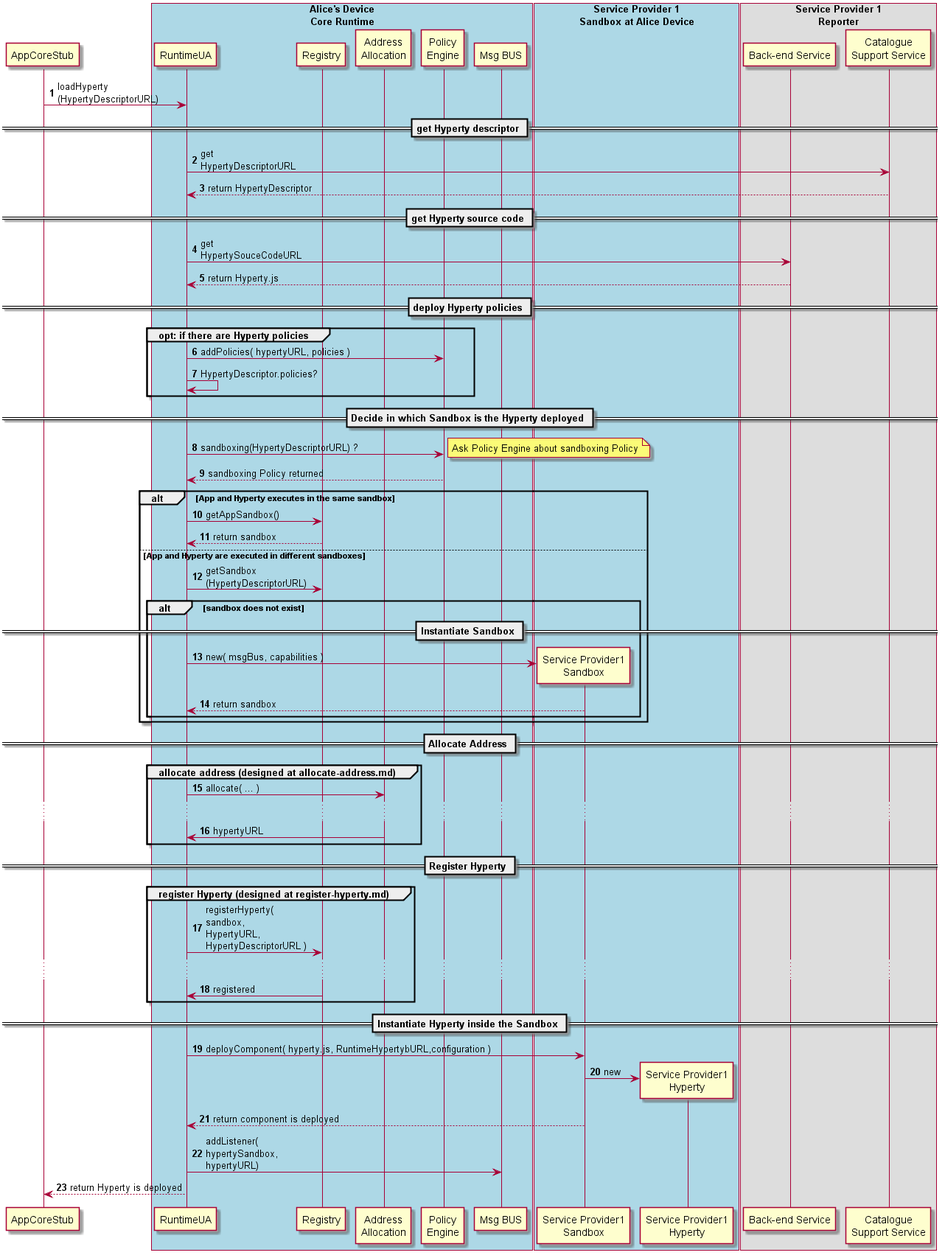
The PlantUML diagram dynamic-view/basics/deploy-hyperty.png in reTHINK-project/specs, before a commit. Its source is kept beside it as dynamic-view/basics/deploy-hyperty.plantuml.
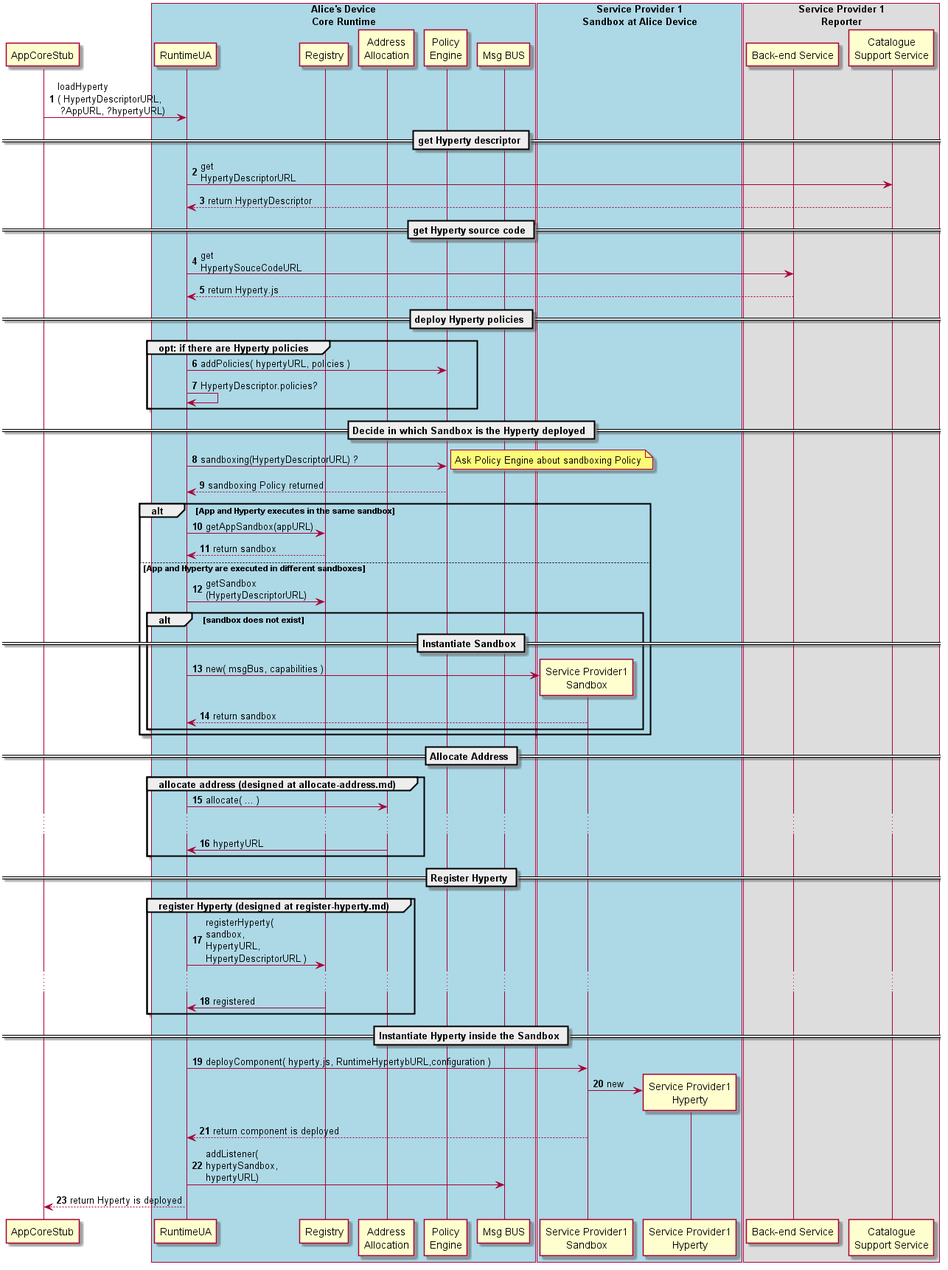
After the commit.

Diff of the diagram source:
```diff
@@ -26,7 +26,7 @@
 !include ../runtime_objects.plantuml
 
 
-RunUA@A <- App@A : loadHyperty\n(HypertyDescriptorURL)
+RunUA@A <- App@A : loadHyperty\n( HypertyDescriptorURL,\n ?AppURL, ?hypertyURL)
 
 == get Hyperty descriptor ==
 
@@ -60,7 +60,7 @@
 
 alt App and Hyperty executes in the same sandbox
 
-RunUA@A -> RunReg@A : getAppSandbox()
+RunUA@A -> RunReg@A : getAppSandbox(appURL)
 
 RunUA@A <-- RunReg@A : return sandbox
 
```
